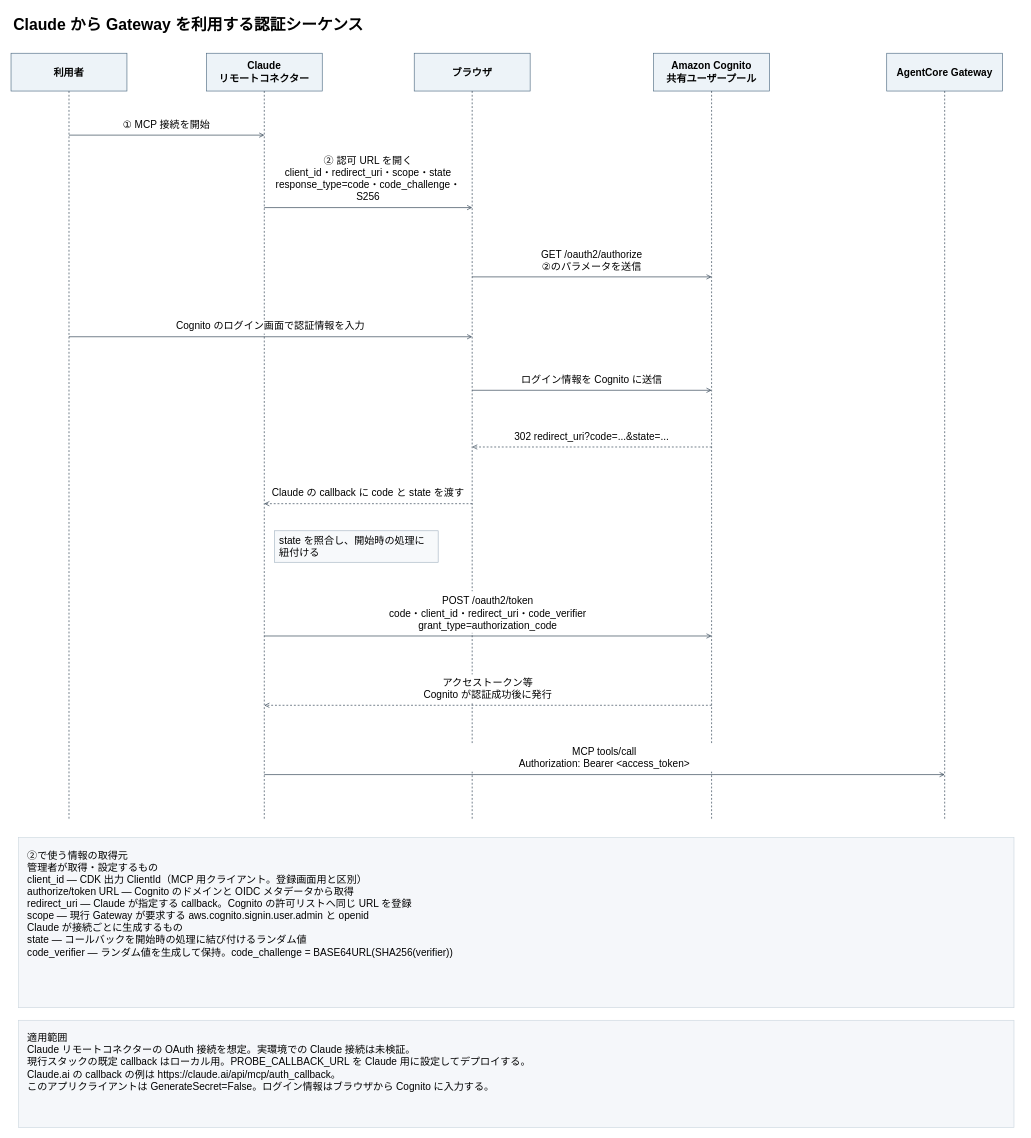
Before: page "login" (1 of 2) of docs/images/gateway-auth-sequence.drawio in aToy0m0/probe_agentcore-pleasanter-mcp_dynamo, a draw.io diagram. Source tidied: cells renumbered, new cells numbered last; positions are measured from the earlier drawing's top-left corner, leaving out a move shared by most shapes. Both pictures are drawn from the tidied source at 63%, with x=0, y=0 at pixel (11, 11).
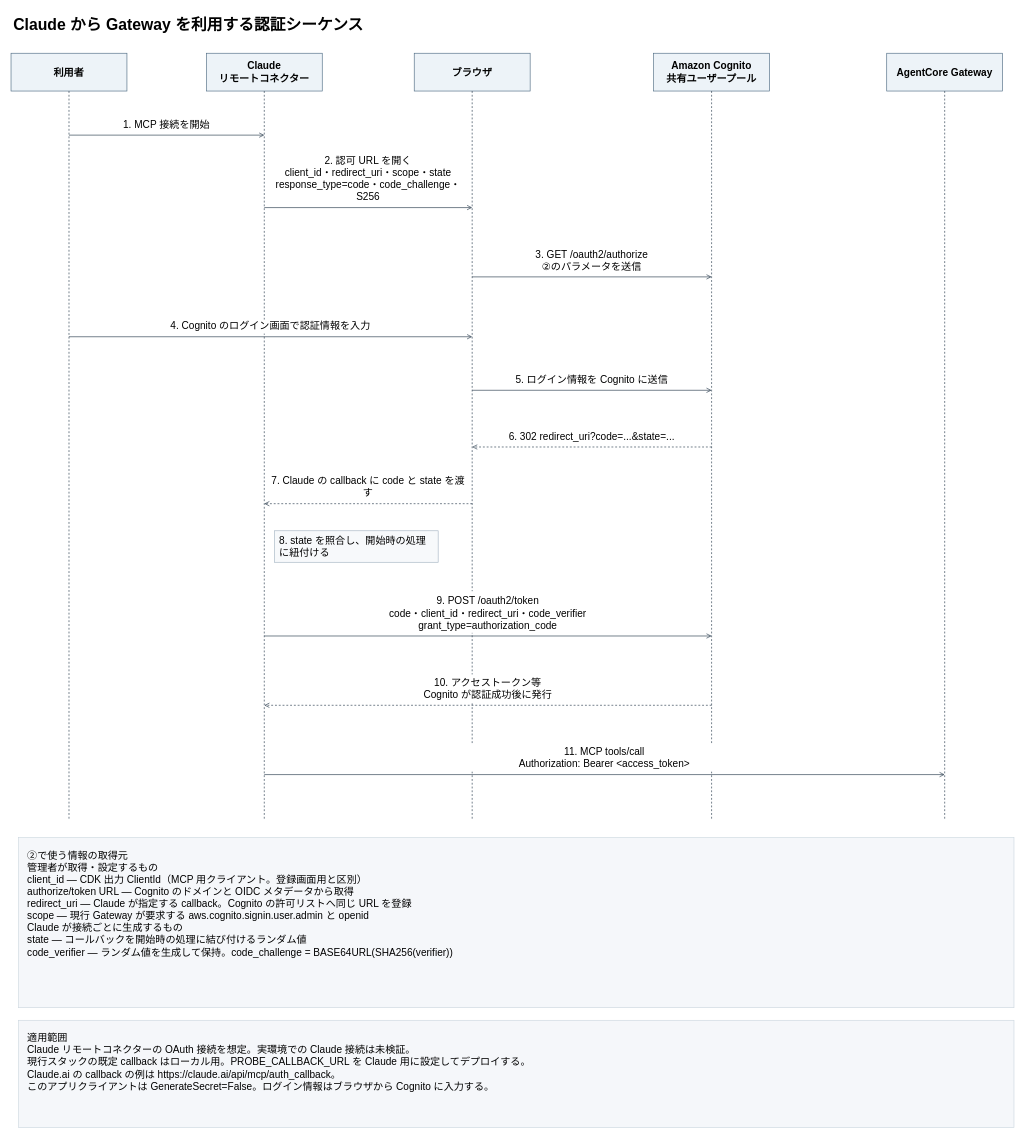
After the change.

Change to the diagram source:
```diff
@@
-    <mxCell id="14" value="① MCP 接続を開始" style="fontFamily=Yu Gothic;fontSize=16;html=0;whiteSpace=wrap;strokeColor=none;fillColor=#FFFFFF;align=center;verticalAlign=bottom;" parent="1" vertex="1">
+    <mxCell id="14" value="1. MCP 接続を開始" style="fontFamily=Yu Gothic;fontSize=16;html=0;whiteSpace=wrap;strokeColor=none;fillColor=#FFFFFF;align=center;verticalAlign=bottom;" parent="1" vertex="1">
       <mxGeometry x="102" y="170" width="290" height="22" as="geometry" />
     </mxCell>
@@
-    <mxCell id="16" value="② 認可 URL を開く&#10;client_id・redirect_uri・scope・state&#10;response_type=code・code_challenge・S256" style="fontFamily=Yu Gothic;fontSize=16;html=0;whiteSpace=wrap;strokeColor=none;fillColor=#FFFFFF;align=center;verticalAlign=bottom;" parent="1" vertex="1">
+    <mxCell id="16" value="2. 認可 URL を開く&#10;client_id・redirect_uri・scope・state&#10;response_type=code・code_challenge・S256" style="fontFamily=Yu Gothic;fontSize=16;html=0;whiteSpace=wrap;strokeColor=none;fillColor=#FFFFFF;align=center;verticalAlign=bottom;" parent="1" vertex="1">
       <mxGeometry x="412" y="241" width="310" height="66" as="geometry" />
     </mxCell>
@@
-    <mxCell id="18" value="GET /oauth2/authorize&#10;②のパラメータを送信" style="fontFamily=Yu Gothic;fontSize=16;html=0;whiteSpace=wrap;strokeColor=none;fillColor=#FFFFFF;align=center;verticalAlign=bottom;" parent="1" vertex="1">
+    <mxCell id="18" value="3. GET /oauth2/authorize&#10;②のパラメータを送信" style="fontFamily=Yu Gothic;fontSize=16;html=0;whiteSpace=wrap;strokeColor=none;fillColor=#FFFFFF;align=center;verticalAlign=bottom;" parent="1" vertex="1">
       <mxGeometry x="742" y="373" width="360" height="44" as="geometry" />
     </mxCell>
@@
-    <mxCell id="20" value="Cognito のログイン画面で認証情報を入力" style="fontFamily=Yu Gothic;fontSize=16;html=0;whiteSpace=wrap;strokeColor=none;fillColor=#FFFFFF;align=center;verticalAlign=bottom;" parent="1" vertex="1">
+    <mxCell id="20" value="4. Cognito のログイン画面で認証情報を入力" style="fontFamily=Yu Gothic;fontSize=16;html=0;whiteSpace=wrap;strokeColor=none;fillColor=#FFFFFF;align=center;verticalAlign=bottom;" parent="1" vertex="1">
       <mxGeometry x="102" y="490" width="620" height="22" as="geometry" />
     </mxCell>
@@
-    <mxCell id="22" value="ログイン情報を Cognito に送信" style="fontFamily=Yu Gothic;fontSize=16;html=0;whiteSpace=wrap;strokeColor=none;fillColor=#FFFFFF;align=center;verticalAlign=bottom;" parent="1" vertex="1">
+    <mxCell id="22" value="5. ログイン情報を Cognito に送信" style="fontFamily=Yu Gothic;fontSize=16;html=0;whiteSpace=wrap;strokeColor=none;fillColor=#FFFFFF;align=center;verticalAlign=bottom;" parent="1" vertex="1">
       <mxGeometry x="742" y="575" width="360" height="22" as="geometry" />
     </mxCell>
@@
-    <mxCell id="24" value="302 redirect_uri?code=...&amp;state=..." style="fontFamily=Yu Gothic;fontSize=16;html=0;whiteSpace=wrap;strokeColor=none;fillColor=#FFFFFF;align=center;verticalAlign=bottom;" parent="1" vertex="1">
+    <mxCell id="24" value="6. 302 redirect_uri?code=...&amp;state=..." style="fontFamily=Yu Gothic;fontSize=16;html=0;whiteSpace=wrap;strokeColor=none;fillColor=#FFFFFF;align=center;verticalAlign=bottom;" parent="1" vertex="1">
       <mxGeometry x="742" y="665" width="360" height="22" as="geometry" />
     </mxCell>
@@
-    <mxCell id="26" value="Claude の callback に code と state を渡す" style="fontFamily=Yu Gothic;fontSize=16;html=0;whiteSpace=wrap;strokeColor=none;fillColor=#FFFFFF;align=center;verticalAlign=bottom;" parent="1" vertex="1">
+    <mxCell id="26" value="7. Claude の callback に code と state を渡す" style="fontFamily=Yu Gothic;fontSize=16;html=0;whiteSpace=wrap;strokeColor=none;fillColor=#FFFFFF;align=center;verticalAlign=bottom;" parent="1" vertex="1">
       <mxGeometry x="412" y="755" width="310" height="22" as="geometry" />
     </mxCell>
-    <mxCell id="27" value="state を照合し、開始時の処理に紐付ける" style="fontFamily=Yu Gothic;fontSize=16;html=0;whiteSpace=wrap;rounded=0;strokeColor=#A5B5C3;fillColor=#F7F9FB;align=left;spacing=8;" parent="1" vertex="1">
+    <mxCell id="27" value="8. state を照合し、開始時の処理に紐付ける" style="fontFamily=Yu Gothic;fontSize=16;html=0;whiteSpace=wrap;rounded=0;strokeColor=#A5B5C3;fillColor=#F7F9FB;align=left;spacing=8;" parent="1" vertex="1">
       <mxGeometry x="418" y="825" width="260" height="50" as="geometry" />
     </mxCell>
@@
-    <mxCell id="29" value="POST /oauth2/token&#10;code・client_id・redirect_uri・code_verifier&#10;grant_type=authorization_code" style="fontFamily=Yu Gothic;fontSize=16;html=0;whiteSpace=wrap;strokeColor=none;fillColor=#FFFFFF;align=center;verticalAlign=bottom;" parent="1" vertex="1">
+    <mxCell id="29" value="9. POST /oauth2/token&#10;code・client_id・redirect_uri・code_verifier&#10;grant_type=authorization_code" style="fontFamily=Yu Gothic;fontSize=16;html=0;whiteSpace=wrap;strokeColor=none;fillColor=#FFFFFF;align=center;verticalAlign=bottom;" parent="1" vertex="1">
       <mxGeometry x="412" y="921" width="690" height="66" as="geometry" />
     </mxCell>
@@
-    <mxCell id="31" value="アクセストークン等&#10;Cognito が認証成功後に発行" style="fontFamily=Yu Gothic;fontSize=16;html=0;whiteSpace=wrap;strokeColor=none;fillColor=#FFFFFF;align=center;verticalAlign=bottom;" parent="1" vertex="1">
+    <mxCell id="31" value="10. アクセストークン等&#10;Cognito が認証成功後に発行" style="fontFamily=Yu Gothic;fontSize=16;html=0;whiteSpace=wrap;strokeColor=none;fillColor=#FFFFFF;align=center;verticalAlign=bottom;" parent="1" vertex="1">
       <mxGeometry x="412" y="1053" width="690" height="44" as="geometry" />
     </mxCell>
@@
-    <mxCell id="33" value="MCP tools/call&#10;Authorization: Bearer &lt;access_token&gt;" style="fontFamily=Yu Gothic;fontSize=16;html=0;whiteSpace=wrap;strokeColor=none;fillColor=#FFFFFF;align=center;verticalAlign=bottom;" parent="1" vertex="1">
+    <mxCell id="33" value="11. MCP tools/call&#10;Authorization: Bearer &lt;access_token&gt;" style="fontFamily=Yu Gothic;fontSize=16;html=0;whiteSpace=wrap;strokeColor=none;fillColor=#FFFFFF;align=center;verticalAlign=bottom;" parent="1" vertex="1">
       <mxGeometry x="412" y="1163" width="1060" height="44" as="geometry" />
     </mxCell>
```
